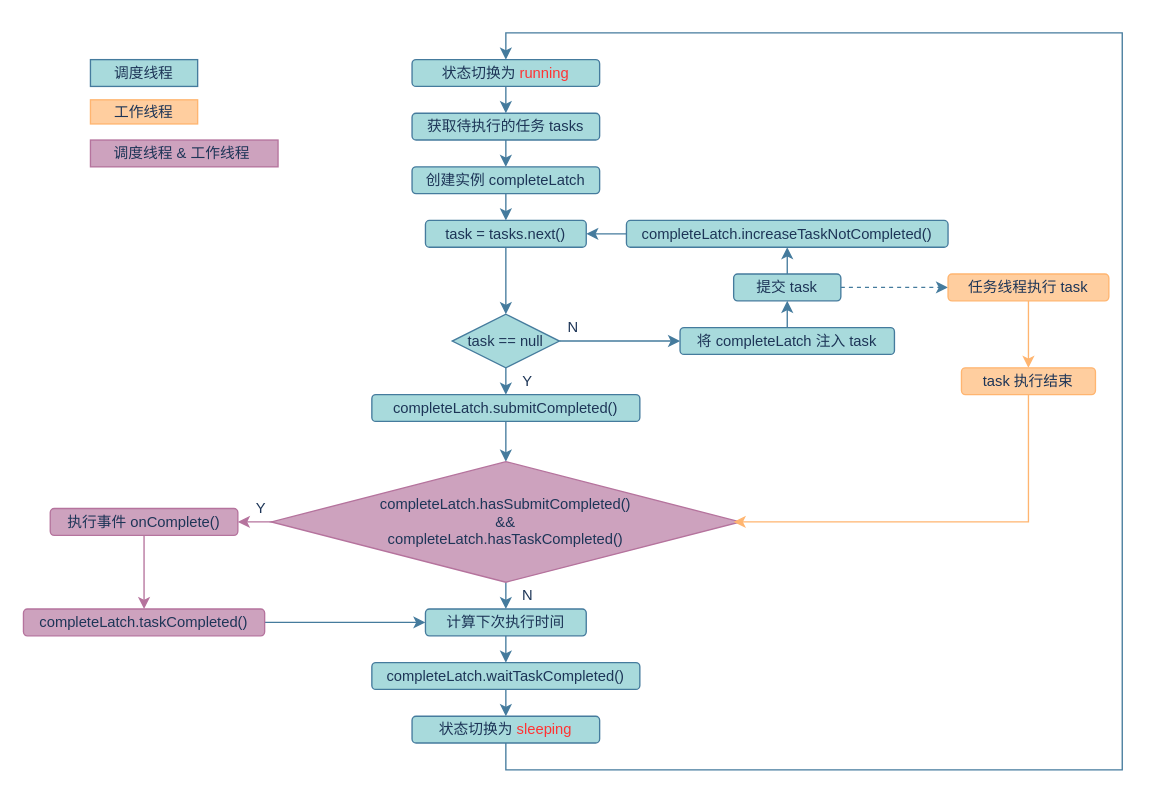
Earlier version of the draw.io diagram page "任务执行" (3 of 4) of drawio/fom.drawio (eocoo/eocoo.github.io). Source tidied: cells renumbered, new cells numbered last; positions are measured from the earlier drawing's top-left corner, leaving out a move shared by most shapes. Both pictures are drawn from the tidied source at 134%, with x=0, y=0 at pixel (23, 32).
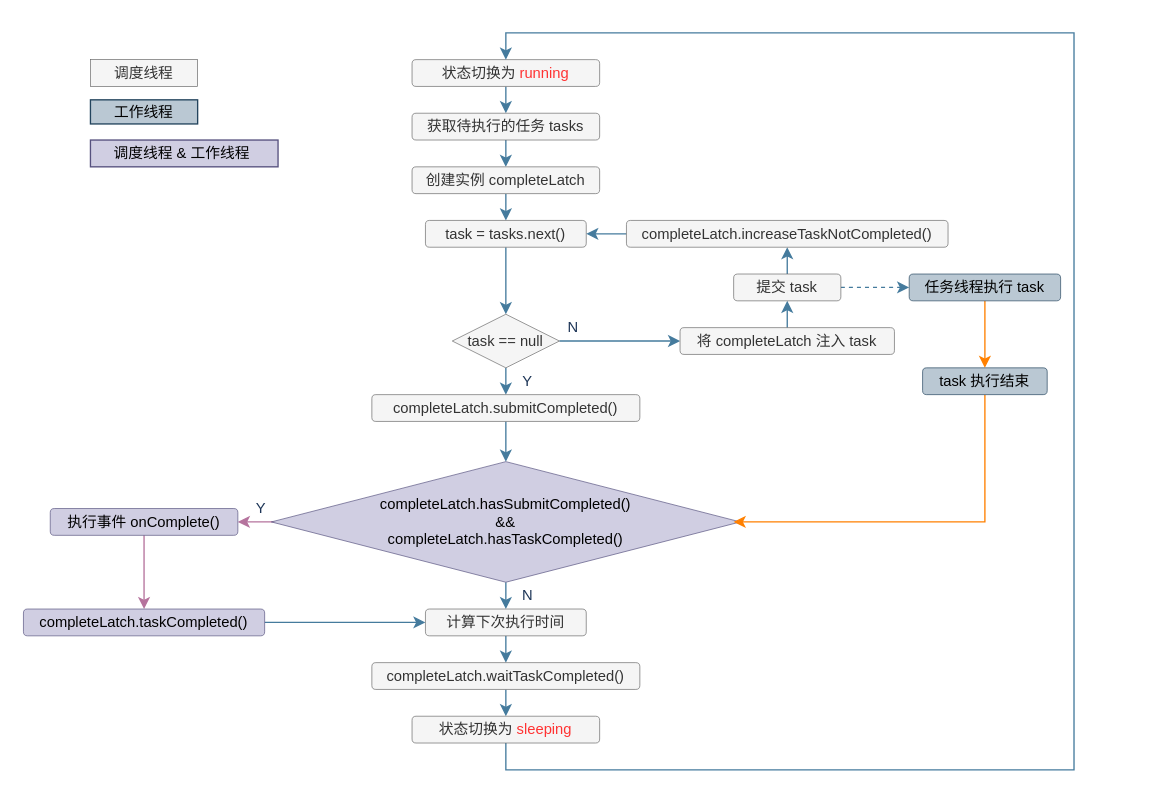
Above is the later version.

The edit, as a diff of the source:
```diff
@@
-    <mxCell id="3" value="状态切换为 &lt;font color=&quot;#ff3333&quot;&gt;running&lt;/font&gt;" style="rounded=1;whiteSpace=wrap;html=1;fillColor=#A8DADC;strokeColor=#457B9D;fontColor=#1D3557;fontSize=11;" parent="1" vertex="1">
+    <mxCell id="3" value="状态切换为 &lt;font color=&quot;#ff3333&quot;&gt;running&lt;/font&gt;" style="rounded=1;whiteSpace=wrap;html=1;fillColor=#f5f5f5;strokeColor=#666666;fontColor=#333333;fontSize=11;strokeWidth=0.5;" parent="1" vertex="1">
       <mxGeometry x="290" y="20" width="140" height="20" as="geometry" />
     </mxCell>
@@
-    <mxCell id="5" value="获取待执行的任务 tasks" style="rounded=1;whiteSpace=wrap;html=1;fillColor=#A8DADC;strokeColor=#457B9D;fontColor=#1D3557;fontSize=11;" parent="1" vertex="1">
+    <mxCell id="5" value="获取待执行的任务 tasks" style="rounded=1;whiteSpace=wrap;html=1;fillColor=#f5f5f5;strokeColor=#666666;fontColor=#333333;fontSize=11;strokeWidth=0.5;" parent="1" vertex="1">
       <mxGeometry x="290" y="60" width="140" height="20" as="geometry" />
     </mxCell>
@@
-    <mxCell id="7" value="创建实例 completeLatch" style="rounded=1;whiteSpace=wrap;html=1;fillColor=#A8DADC;strokeColor=#457B9D;fontColor=#1D3557;fontSize=11;" parent="1" vertex="1">
+    <mxCell id="7" value="创建实例 completeLatch" style="rounded=1;whiteSpace=wrap;html=1;fillColor=#f5f5f5;strokeColor=#666666;fontColor=#333333;fontSize=11;strokeWidth=0.5;" parent="1" vertex="1">
       <mxGeometry x="290" y="100" width="140" height="20" as="geometry" />
     </mxCell>
@@
-    <mxCell id="9" value="task = tasks.next()" style="rounded=1;whiteSpace=wrap;html=1;fillColor=#A8DADC;strokeColor=#457B9D;fontColor=#1D3557;fontSize=11;" parent="1" vertex="1">
+    <mxCell id="9" value="task = tasks.next()" style="rounded=1;whiteSpace=wrap;html=1;fillColor=#f5f5f5;strokeColor=#666666;fontColor=#333333;fontSize=11;strokeWidth=0.5;" parent="1" vertex="1">
       <mxGeometry x="300" y="140" width="120" height="20" as="geometry" />
     </mxCell>
@@
-    <mxCell id="12" value="task == null" style="rhombus;whiteSpace=wrap;html=1;fillColor=#A8DADC;strokeColor=#457B9D;fontColor=#1D3557;fontSize=11;" parent="1" vertex="1">
+    <mxCell id="12" value="task == null" style="rhombus;whiteSpace=wrap;html=1;fillColor=#f5f5f5;strokeColor=#666666;fontColor=#333333;fontSize=11;rounded=0;strokeWidth=0.5;" parent="1" vertex="1">
       <mxGeometry x="320" y="210" width="80" height="40" as="geometry" />
     </mxCell>
@@
-    <mxCell id="14" value="将 completeLatch 注入 task" style="rounded=1;whiteSpace=wrap;html=1;fillColor=#A8DADC;strokeColor=#457B9D;fontColor=#1D3557;fontSize=11;" parent="1" vertex="1">
+    <mxCell id="14" value="将 completeLatch 注入 task" style="rounded=1;whiteSpace=wrap;html=1;fillColor=#f5f5f5;strokeColor=#666666;fontColor=#333333;fontSize=11;strokeWidth=0.5;" parent="1" vertex="1">
       <mxGeometry x="490" y="220" width="160" height="20" as="geometry" />
     </mxCell>
@@
-    <mxCell id="17" value="提交 task" style="rounded=1;whiteSpace=wrap;html=1;fillColor=#A8DADC;strokeColor=#457B9D;fontColor=#1D3557;fontSize=11;" parent="1" vertex="1">
+    <mxCell id="17" value="提交 task" style="rounded=1;whiteSpace=wrap;html=1;fillColor=#f5f5f5;strokeColor=#666666;fontColor=#333333;fontSize=11;strokeWidth=0.5;" parent="1" vertex="1">
       <mxGeometry x="530" y="180" width="80" height="20" as="geometry" />
     </mxCell>
@@
-    <mxCell id="19" value="completeLatch.increaseTaskNotCompleted()" style="rounded=1;whiteSpace=wrap;html=1;fillColor=#A8DADC;strokeColor=#457B9D;fontColor=#1D3557;fontSize=11;" parent="1" vertex="1">
+    <mxCell id="19" value="completeLatch.increaseTaskNotCompleted()" style="rounded=1;whiteSpace=wrap;html=1;fillColor=#f5f5f5;strokeColor=#666666;fontColor=#333333;fontSize=11;strokeWidth=0.5;" parent="1" vertex="1">
       <mxGeometry x="450" y="140" width="240" height="20" as="geometry" />
     </mxCell>
@@
-    <mxCell id="21" value="completeLatch.submitCompleted()" style="rounded=1;whiteSpace=wrap;html=1;fillColor=#A8DADC;strokeColor=#457B9D;fontColor=#1D3557;fontSize=11;" parent="1" vertex="1">
+    <mxCell id="21" value="completeLatch.submitCompleted()" style="rounded=1;whiteSpace=wrap;html=1;fillColor=#f5f5f5;strokeColor=#666666;fontColor=#333333;fontSize=11;strokeWidth=0.5;" parent="1" vertex="1">
       <mxGeometry x="260" y="270" width="200" height="20" as="geometry" />
     </mxCell>
@@
-    <mxCell id="24" value="completeLatch.hasSubmitCompleted()&lt;br style=&quot;font-size: 11px;&quot;&gt;&amp;amp;&amp;amp;&lt;br style=&quot;font-size: 11px;&quot;&gt;completeLatch.hasTaskCompleted()" style="rhombus;whiteSpace=wrap;html=1;fontColor=#1D3557;fillColor=#CDA2BE;strokeColor=#B5739D;fontSize=11;" parent="1" vertex="1">
+    <mxCell id="24" value="completeLatch.hasSubmitCompleted()&lt;br style=&quot;font-size: 11px;&quot;&gt;&amp;amp;&amp;amp;&lt;br style=&quot;font-size: 11px;&quot;&gt;completeLatch.hasTaskCompleted()" style="rhombus;whiteSpace=wrap;html=1;fillColor=#d0cee2;strokeColor=#56517e;fontSize=11;strokeWidth=0.5;" parent="1" vertex="1">
       <mxGeometry x="185" y="320" width="350" height="90" as="geometry" />
     </mxCell>
-    <mxCell id="25" style="edgeStyle=orthogonalEdgeStyle;rounded=0;jettySize=auto;html=1;exitX=0.5;exitY=1;exitDx=0;exitDy=0;entryX=0.5;entryY=0;entryDx=0;entryDy=0;labelBackgroundColor=#F1FAEE;fontColor=#1D3557;strokeColor=#FFB570;fontSize=11;" parent="1" edge="1" source="26" target="28">
+    <mxCell id="25" style="edgeStyle=orthogonalEdgeStyle;rounded=0;jettySize=auto;html=1;exitX=0.5;exitY=1;exitDx=0;exitDy=0;entryX=0.5;entryY=0;entryDx=0;entryDy=0;labelBackgroundColor=#F1FAEE;fontColor=#1D3557;strokeColor=#FF8000;fontSize=11;" parent="1" edge="1" source="26" target="28">
       <mxGeometry relative="1" as="geometry" />
     </mxCell>
-    <mxCell id="26" value="任务线程执行 task" style="rounded=1;whiteSpace=wrap;html=1;fontColor=#1D3557;fillColor=#FFCE9F;strokeColor=#FFB570;fontSize=11;" parent="1" vertex="1">
-      <mxGeometry x="690" y="180" width="120" height="20" as="geometry" />
+    <mxCell id="26" value="任务线程执行 task" style="rounded=1;whiteSpace=wrap;html=1;fillColor=#bac8d3;strokeColor=#23445d;fontSize=11;strokeWidth=0.5;" parent="1" vertex="1">
+      <mxGeometry x="661" y="180" width="113" height="20" as="geometry" />
     </mxCell>
-    <mxCell id="27" style="edgeStyle=orthogonalEdgeStyle;rounded=0;jettySize=auto;html=1;exitX=0.5;exitY=1;exitDx=0;exitDy=0;labelBackgroundColor=#F1FAEE;fontColor=#1D3557;strokeColor=#FFB570;fontSize=11;" parent="1" edge="1" source="28">
+    <mxCell id="27" style="edgeStyle=orthogonalEdgeStyle;rounded=0;jettySize=auto;html=1;exitX=0.5;exitY=1;exitDx=0;exitDy=0;labelBackgroundColor=#F1FAEE;fontColor=#1D3557;strokeColor=#FF8000;fontSize=11;" parent="1" edge="1" source="28">
       <mxGeometry relative="1" as="geometry">
         <mxPoint x="530" y="365" as="targetPoint" />
         <Array as="points">
-          <mxPoint x="750" y="365" />
+          <mxPoint x="718" y="365" />
         </Array>
       </mxGeometry>
     </mxCell>
-    <mxCell id="28" value="task 执行结束" style="rounded=1;whiteSpace=wrap;html=1;fontColor=#1D3557;strokeColor=#FFB570;fillColor=#FFCE9F;fontSize=11;" parent="1" vertex="1">
-      <mxGeometry x="700" y="250" width="100" height="20" as="geometry" />
+    <mxCell id="28" value="task 执行结束" style="rounded=1;whiteSpace=wrap;html=1;strokeColor=#23445d;fillColor=#bac8d3;fontSize=11;strokeWidth=0.5;" parent="1" vertex="1">
+      <mxGeometry x="671" y="250" width="93" height="20" as="geometry" />
     </mxCell>
@@
-    <mxCell id="30" value="执行事件&amp;nbsp;onComplete()" style="rounded=1;whiteSpace=wrap;html=1;fontColor=#1D3557;fillColor=#CDA2BE;strokeColor=#B5739D;fontSize=11;" parent="1" vertex="1">
+    <mxCell id="30" value="执行事件&amp;nbsp;onComplete()" style="rounded=1;whiteSpace=wrap;html=1;fillColor=#d0cee2;strokeColor=#56517e;fontSize=11;strokeWidth=0.5;" parent="1" vertex="1">
       <mxGeometry x="20" y="355" width="140" height="20" as="geometry" />
     </mxCell>
@@
-    <mxCell id="32" value="completeLatch.taskCompleted()" style="rounded=1;whiteSpace=wrap;html=1;fontColor=#1D3557;fillColor=#CDA2BE;strokeColor=#B5739D;fontSize=11;" parent="1" vertex="1">
+    <mxCell id="32" value="completeLatch.taskCompleted()" style="rounded=1;whiteSpace=wrap;html=1;fillColor=#d0cee2;strokeColor=#56517e;fontSize=11;strokeWidth=0.5;" parent="1" vertex="1">
       <mxGeometry y="430" width="180" height="20" as="geometry" />
     </mxCell>
@@
-    <mxCell id="34" value="计算下次执行时间" style="rounded=1;whiteSpace=wrap;html=1;fillColor=#A8DADC;strokeColor=#457B9D;fontColor=#1D3557;fontSize=11;" parent="1" vertex="1">
+    <mxCell id="34" value="计算下次执行时间" style="rounded=1;whiteSpace=wrap;html=1;fillColor=#f5f5f5;strokeColor=#666666;fontColor=#333333;fontSize=11;strokeWidth=0.5;" parent="1" vertex="1">
       <mxGeometry x="300" y="430" width="120" height="20" as="geometry" />
     </mxCell>
@@
-    <mxCell id="36" value="completeLatch.waitTaskCompleted()" style="rounded=1;whiteSpace=wrap;html=1;fillColor=#A8DADC;strokeColor=#457B9D;fontColor=#1D3557;fontSize=11;" parent="1" vertex="1">
+    <mxCell id="36" value="completeLatch.waitTaskCompleted()" style="rounded=1;whiteSpace=wrap;html=1;fillColor=#f5f5f5;strokeColor=#666666;fontColor=#333333;fontSize=11;strokeWidth=0.5;" parent="1" vertex="1">
       <mxGeometry x="260" y="470" width="200" height="20" as="geometry" />
     </mxCell>
     <mxCell id="37" style="edgeStyle=orthogonalEdgeStyle;rounded=0;jettySize=auto;html=1;exitX=0.5;exitY=1;exitDx=0;exitDy=0;entryX=0.5;entryY=0;entryDx=0;entryDy=0;labelBackgroundColor=#F1FAEE;strokeColor=#457B9D;fontColor=#1D3557;fontSize=11;" parent="1" edge="1" source="38" target="3">
       <mxGeometry relative="1" as="geometry">
         <Array as="points">
           <mxPoint x="360" y="550" />
-          <mxPoint x="820" y="550" />
-          <mxPoint x="820" />
+          <mxPoint x="784" y="550" />
+          <mxPoint x="784" />
           <mxPoint x="360" />
         </Array>
       </mxGeometry>
     </mxCell>
-    <mxCell id="38" value="状态切换为 &lt;font color=&quot;#ff3333&quot;&gt;sleeping&lt;/font&gt;" style="rounded=1;whiteSpace=wrap;html=1;fillColor=#A8DADC;strokeColor=#457B9D;fontColor=#1D3557;fontSize=11;" parent="1" vertex="1">
+    <mxCell id="38" value="状态切换为 &lt;font color=&quot;#ff3333&quot;&gt;sleeping&lt;/font&gt;" style="rounded=1;whiteSpace=wrap;html=1;fillColor=#f5f5f5;strokeColor=#666666;fontColor=#333333;fontSize=11;strokeWidth=0.5;" parent="1" vertex="1">
       <mxGeometry x="290" y="510" width="140" height="20" as="geometry" />
     </mxCell>
@@
-    <mxCell id="43" value="工作线程" style="rounded=0;whiteSpace=wrap;html=1;sketch=0;strokeColor=#FFB570;fillColor=#FFCE9F;fontColor=#1D3557;fontSize=11;" parent="1" vertex="1">
+    <mxCell id="43" value="工作线程" style="rounded=0;whiteSpace=wrap;html=1;sketch=0;strokeColor=#23445d;fillColor=#bac8d3;fontSize=11;" parent="1" vertex="1">
       <mxGeometry x="50" y="50" width="80" height="18" as="geometry" />
     </mxCell>
-    <mxCell id="44" value="调度线程" style="rounded=0;whiteSpace=wrap;html=1;fillColor=#A8DADC;strokeColor=#457B9D;fontColor=#1D3557;fontSize=11;" parent="1" vertex="1">
+    <mxCell id="44" value="调度线程" style="rounded=0;whiteSpace=wrap;html=1;fillColor=#f5f5f5;strokeColor=#666666;fontColor=#333333;fontSize=11;strokeWidth=0.5;" parent="1" vertex="1">
       <mxGeometry x="50" y="20" width="80" height="20" as="geometry" />
     </mxCell>
-    <mxCell id="45" value="调度线程 &amp;amp; 工作线程&amp;nbsp;" style="rounded=0;whiteSpace=wrap;html=1;fontColor=#1D3557;fillColor=#CDA2BE;strokeColor=#B5739D;fontSize=11;" parent="1" vertex="1">
+    <mxCell id="45" value="调度线程 &amp;amp; 工作线程&amp;nbsp;" style="rounded=0;whiteSpace=wrap;html=1;fillColor=#d0cee2;strokeColor=#56517e;fontSize=11;" parent="1" vertex="1">
       <mxGeometry x="50" y="80" width="140" height="20" as="geometry" />
     </mxCell>
```
